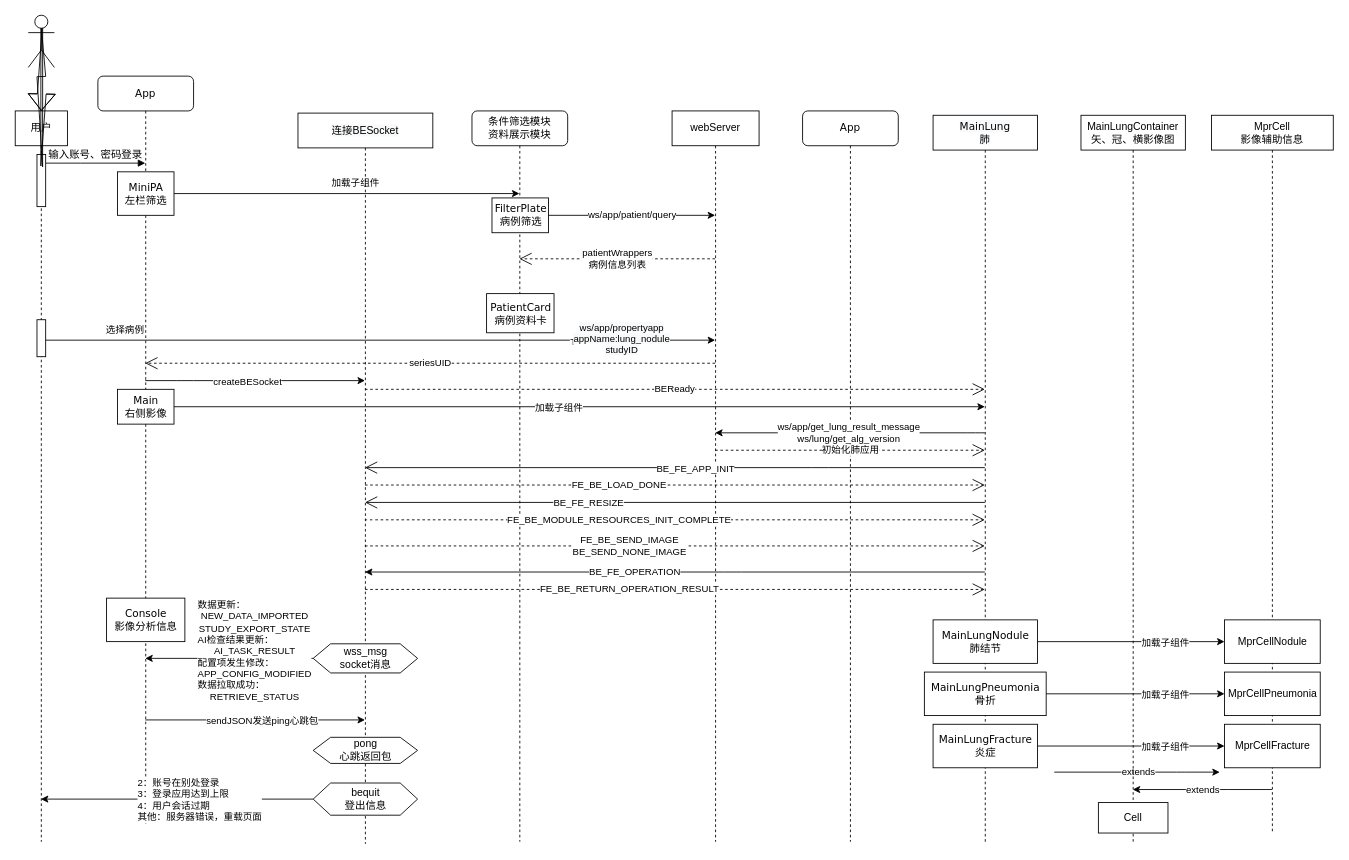
xingshijun/myBlog keeps this draw.io diagram as Untitled Diagram.drawio. Above is the earlier version. Source tidied: cells renumbered, new cells numbered last; positions are measured from the earlier drawing's top-left corner, leaving out a move shared by most shapes. Both pictures are drawn from the tidied source at 87%, with x=0, y=0 at pixel (15, 15).
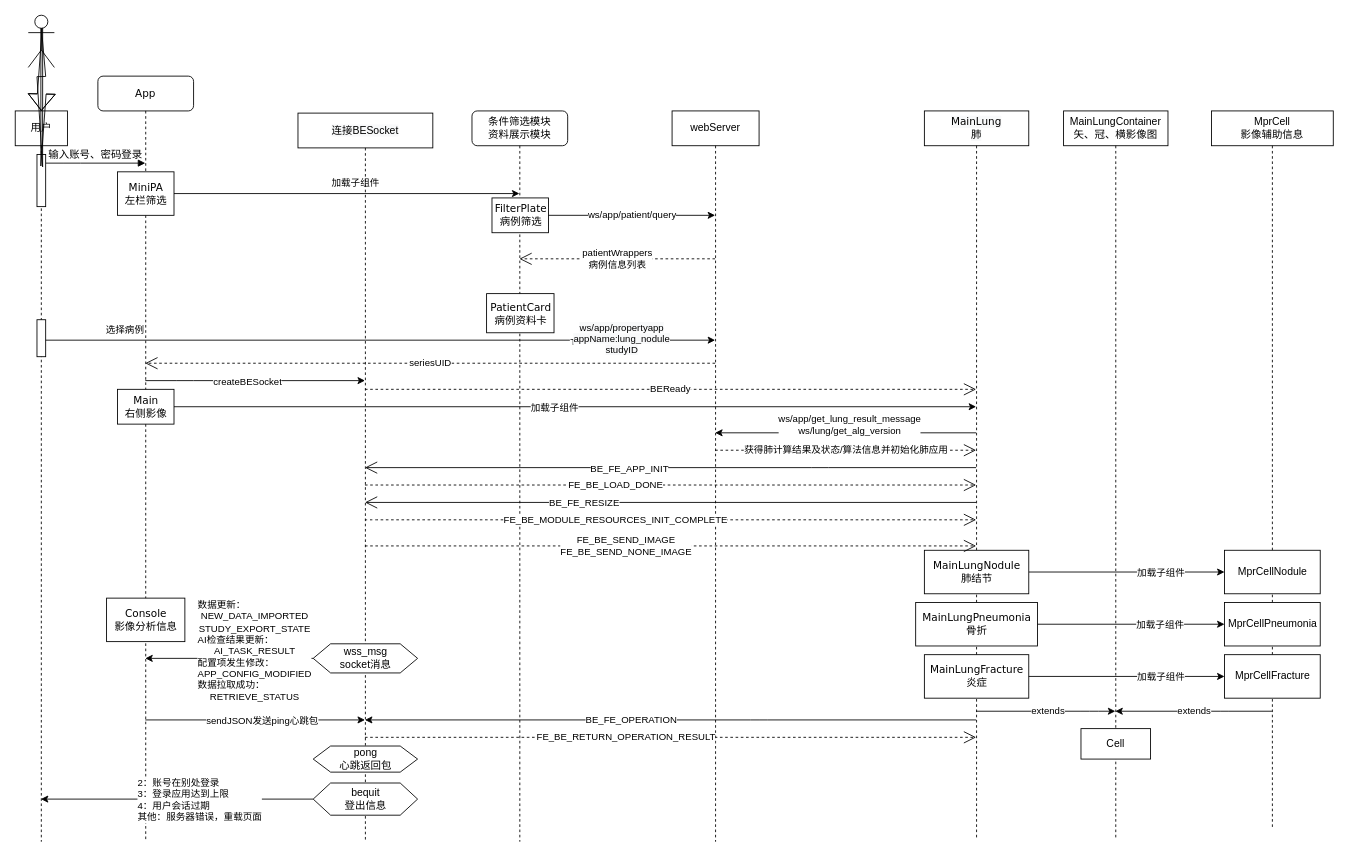
The same page after the edit.

The change refers to these unchanged cells:
```xml
<mxCell id="35" value="&lt;span style=&quot;font-family: &amp;#34;helvetica&amp;#34;&quot;&gt;webServer&lt;/span&gt;" style="shape=umlLifeline;perimeter=lifelinePerimeter;whiteSpace=wrap;html=1;outlineConnect=0;" parent="1" vertex="1">
  <mxGeometry x="755" y="110" width="100" height="840" as="geometry" />
</mxCell>
<mxCell id="56" style="endArrow=classic;html=1;" parent="1" edge="1" source="31" target="35">
  <mxGeometry relative="1" as="geometry">
    <Array as="points">
      <mxPoint x="1105" y="480" />
    </Array>
  </mxGeometry>
</mxCell>
<mxCell id="59" style="endArrow=open;endFill=1;endSize=12;html=1;" parent="1" edge="1" source="31" target="36">
  <mxGeometry relative="1" as="geometry">
    <Array as="points">
      <mxPoint x="925" y="520" />
    </Array>
  </mxGeometry>
</mxCell>
```

Change to the diagram source:
```diff
@@
     <mxCell id="5" value="App" style="shape=umlLifeline;perimeter=lifelinePerimeter;whiteSpace=wrap;html=1;outlineConnect=0;rounded=1;shadow=0;comic=0;labelBackgroundColor=none;strokeWidth=1;fontFamily=Verdana;fontSize=12;align=center;" parent="1" vertex="1">
-      <mxGeometry x="95" y="70" width="110" height="860" as="geometry" />
+      <mxGeometry x="95" y="70" width="110" height="880" as="geometry" />
     </mxCell>
@@
-    <mxCell id="11" value="App" style="shape=umlLifeline;perimeter=lifelinePerimeter;whiteSpace=wrap;html=1;rounded=1;shadow=0;comic=0;labelBackgroundColor=none;strokeWidth=1;fontFamily=Verdana;fontSize=12;align=center;" parent="1" vertex="1">
-      <mxGeometry x="905" y="110" width="110" height="840" as="geometry" />
-    </mxCell>
@@
-    <mxCell id="14" value="extends" style="endArrow=classic;html=1;" parent="1" edge="1">
+    <mxCell id="14" value="extends" style="endArrow=classic;html=1;" parent="1" edge="1" source="31" target="29">
       <mxGeometry x="0.01" relative="1" as="geometry">
-        <mxPoint x="1194.3" y="870" as="sourcePoint" />
-        <mxPoint x="1384.5" y="870" as="targetPoint" />
         <Array as="points">
-          <mxPoint x="1335" y="870" />
+          <mxPoint x="1235" y="800" />
         </Array>
         <mxPoint x="1" as="offset" />
       </mxGeometry>
     </mxCell>
@@
     <mxCell id="25" value="MprCell&lt;br&gt;影像辅助信息" style="shape=umlLifeline;perimeter=lifelinePerimeter;whiteSpace=wrap;html=1;outlineConnect=0;" parent="1" vertex="1">
-      <mxGeometry x="1375" y="115" width="140" height="825" as="geometry" />
+      <mxGeometry x="1375" y="110" width="140" height="825" as="geometry" />
     </mxCell>
     <mxCell id="26" value="MprCellNodule" style="html=1;" parent="25" vertex="1">
-      <mxGeometry x="15" y="580" width="110" height="50" as="geometry" />
+      <mxGeometry x="15" y="505" width="110" height="50" as="geometry" />
     </mxCell>
     <mxCell id="27" value="MprCellFracture" style="html=1;" parent="25" vertex="1">
-      <mxGeometry x="15" y="700" width="110" height="50" as="geometry" />
+      <mxGeometry x="15" y="625" width="110" height="50" as="geometry" />
     </mxCell>
     <mxCell id="28" value="MprCellPneumonia" style="html=1;" parent="25" vertex="1">
-      <mxGeometry x="15" y="640" width="110" height="50" as="geometry" />
+      <mxGeometry x="15" y="565" width="110" height="50" as="geometry" />
     </mxCell>
     <mxCell id="29" value="&lt;span style=&quot;font-family: &amp;#34;helvetica&amp;#34;&quot;&gt;MainLungContainer&lt;br&gt;&lt;/span&gt;矢、冠、横影像图" style="shape=umlLifeline;perimeter=lifelinePerimeter;whiteSpace=wrap;html=1;outlineConnect=0;" parent="1" vertex="1">
-      <mxGeometry x="1225" y="115" width="120" height="835" as="geometry" />
+      <mxGeometry x="1205" y="110" width="120" height="835" as="geometry" />
     </mxCell>
     <mxCell id="30" value="Cell" style="rounded=0;whiteSpace=wrap;html=1;" parent="29" vertex="1">
-      <mxGeometry x="20" y="790" width="80" height="35" as="geometry" />
+      <mxGeometry x="20" y="710" width="80" height="35" as="geometry" />
     </mxCell>
     <mxCell id="31" value="&#10;&#10;&lt;span style=&quot;color: rgb(0, 0, 0); font-family: verdana; font-size: 12px; font-style: normal; font-weight: 400; letter-spacing: normal; text-align: center; text-indent: 0px; text-transform: none; word-spacing: 0px; background-color: rgb(248, 249, 250); display: inline; float: none;&quot;&gt;MainLung&lt;/span&gt;&lt;br style=&quot;color: rgb(0, 0, 0); font-family: verdana; font-size: 12px; font-style: normal; font-weight: 400; letter-spacing: normal; text-align: center; text-indent: 0px; text-transform: none; word-spacing: 0px; background-color: rgb(248, 249, 250);&quot;&gt;&lt;span style=&quot;color: rgb(0, 0, 0); font-family: verdana; font-size: 12px; font-style: normal; font-weight: 400; letter-spacing: normal; text-align: center; text-indent: 0px; text-transform: none; word-spacing: 0px; background-color: rgb(248, 249, 250); display: inline; float: none;&quot;&gt;肺&lt;/span&gt;&#10;&#10;" style="shape=umlLifeline;perimeter=lifelinePerimeter;whiteSpace=wrap;html=1;outlineConnect=0;" parent="1" vertex="1">
-      <mxGeometry x="1055" y="115" width="120" height="835" as="geometry" />
+      <mxGeometry x="1045" y="110" width="120" height="835" as="geometry" />
     </mxCell>
     <mxCell id="32" value="MainLungNodule&lt;br&gt;肺结节" style="html=1;points=[];perimeter=orthogonalPerimeter;rounded=0;shadow=0;comic=0;labelBackgroundColor=none;strokeWidth=1;fontFamily=Verdana;fontSize=12;align=center;" parent="31" vertex="1">
-      <mxGeometry y="580" width="120" height="50" as="geometry" />
+      <mxGeometry y="505" width="120" height="50" as="geometry" />
     </mxCell>
     <mxCell id="33" value="MainLungPneumonia&lt;br&gt;骨折" style="html=1;points=[];perimeter=orthogonalPerimeter;rounded=0;shadow=0;comic=0;labelBackgroundColor=none;strokeWidth=1;fontFamily=Verdana;fontSize=12;align=center;" parent="31" vertex="1">
-      <mxGeometry x="-10" y="640" width="140" height="50" as="geometry" />
+      <mxGeometry x="-10" y="565" width="140" height="50" as="geometry" />
     </mxCell>
     <mxCell id="34" value="MainLungFracture&lt;br&gt;炎症" style="html=1;points=[];perimeter=orthogonalPerimeter;rounded=0;shadow=0;comic=0;labelBackgroundColor=none;strokeWidth=1;fontFamily=Verdana;fontSize=12;align=center;" parent="31" vertex="1">
-      <mxGeometry y="700" width="120" height="50" as="geometry" />
+      <mxGeometry y="625" width="120" height="50" as="geometry" />
     </mxCell>
@@
     <mxCell id="36" value="&lt;span style=&quot;color: rgb(0 , 0 , 0) ; font-family: &amp;#34;helvetica&amp;#34; ; font-size: 12px ; font-style: normal ; font-weight: 400 ; letter-spacing: normal ; text-align: center ; text-indent: 0px ; text-transform: none ; word-spacing: 0px ; background-color: rgb(248 , 249 , 250) ; display: inline ; float: none&quot;&gt;连接BESocket&lt;/span&gt;" style="shape=umlLifeline;perimeter=lifelinePerimeter;whiteSpace=wrap;html=1;outlineConnect=0;" parent="1" vertex="1">
-      <mxGeometry x="325" y="112.5" width="155" height="840" as="geometry" />
+      <mxGeometry x="325" y="112.5" width="155" height="837.5" as="geometry" />
     </mxCell>
@@
     <mxCell id="38" value="pong&lt;br&gt;心跳返回包" style="shape=hexagon;perimeter=hexagonPerimeter2;whiteSpace=wrap;html=1;fixedSize=1;" parent="36" vertex="1">
-      <mxGeometry x="17.5" y="717.5" width="120" height="30" as="geometry" />
+      <mxGeometry x="17.5" y="727.5" width="120" height="30" as="geometry" />
     </mxCell>
@@
     <mxCell id="49" value="extends" style="endArrow=classic;html=1;" parent="1" edge="1" source="25" target="29">
       <mxGeometry x="0.01" relative="1" as="geometry">
         <Array as="points">
-          <mxPoint x="1385" y="890" />
+          <mxPoint x="1385" y="800" />
         </Array>
         <mxPoint x="1" as="offset" />
       </mxGeometry>
     </mxCell>
@@
     <mxCell id="57" value="ws/app/get_lung_result_message&lt;br&gt;&lt;span style=&quot;font-size: 11px&quot;&gt;ws/lung/get_alg_version&lt;/span&gt;" style="edgeLabel;html=1;align=center;verticalAlign=middle;" parent="56" vertex="1">
       <mxGeometry x="0.02" y="-1" relative="1" as="geometry">
-        <mxPoint x="1" as="offset" />
+        <mxPoint x="7" y="-9" as="offset" />
       </mxGeometry>
     </mxCell>
-    <mxCell id="58" value="初始化肺应用" style="endArrow=open;endSize=12;dashed=1;html=1;" parent="1" edge="1" source="35" target="31">
+    <mxCell id="58" value="获得肺计算结果及状态/算法信息并初始化肺应用" style="endArrow=open;endSize=12;dashed=1;html=1;" parent="1" edge="1" source="35" target="31">
       <mxGeometry relative="1" as="geometry">
         <Array as="points">
           <mxPoint x="1075" y="500" />
         </Array>
       </mxGeometry>
     </mxCell>
@@
     <mxCell id="60" value="BE_FE_APP_INIT" style="edgeLabel;html=1;align=center;verticalAlign=middle;" parent="59" vertex="1">
       <mxGeometry x="0.02" y="1" relative="1" as="geometry">
-        <mxPoint x="30" y="-1" as="offset" />
+        <mxPoint x="-41" y="-1" as="offset" />
       </mxGeometry>
     </mxCell>
@@
-    <mxCell id="67" value="FE_BE_SEND_IMAGE&lt;br&gt;&lt;span style=&quot;font-size: 11px&quot;&gt;BE_SEND_NONE_IMAGE&lt;/span&gt;" style="endArrow=open;endSize=12;dashed=1;html=1;" parent="1" edge="1" source="36" target="31">
+    <mxCell id="67" value="FE_BE_SEND_IMAGE&lt;br&gt;&lt;span style=&quot;font-size: 11px&quot;&gt;FE_BE_SEND_NONE_IMAGE&lt;/span&gt;" style="endArrow=open;endSize=12;dashed=1;html=1;" parent="1" edge="1" source="36" target="31">
       <mxGeometry x="-0.15" relative="1" as="geometry">
         <Array as="points">
           <mxPoint x="625" y="610" />
         </Array>
         <mxPoint x="1" as="offset" />
       </mxGeometry>
     </mxCell>
     <mxCell id="68" value="BE_FE_OPERATION" style="endArrow=classic;html=1;" parent="1" edge="1" source="31" target="36">
       <mxGeometry x="0.13" relative="1" as="geometry">
         <Array as="points">
-          <mxPoint x="825" y="640" />
+          <mxPoint x="855" y="810" />
         </Array>
       </mxGeometry>
     </mxCell>
     <mxCell id="69" value="FE_BE_RETURN_OPERATION_RESULT" style="endArrow=open;endSize=12;dashed=1;html=1;" parent="1" edge="1" source="36" target="31">
       <mxGeometry x="-0.15" relative="1" as="geometry">
         <Array as="points">
-          <mxPoint x="635" y="660" />
+          <mxPoint x="785" y="830" />
         </Array>
         <mxPoint x="1" as="offset" />
       </mxGeometry>
     </mxCell>
```
